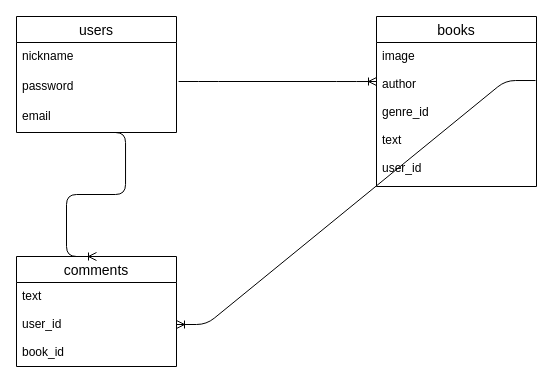
Above: books-log.dio in ysk178/books-log (draw.io), before the change. Source tidied: cells renumbered, new cells numbered last; positions are measured from the earlier drawing's top-left corner, leaving out a move shared by most shapes. Both pictures are drawn from the tidied source at 100%, with x=0, y=0 at pixel (16, 16).
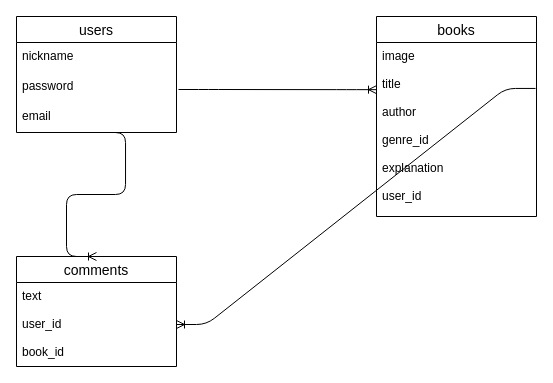
The same diagram, later.

The edit, as a diff of the source:
```diff
@@
 <mxGraphModel>
   <root>
     <mxCell id="0" />
     <mxCell id="1" parent="0" />
     <mxCell id="2" value="users" style="swimlane;fontStyle=0;horizontal=1;startSize=26;align=center;fontSize=14;" parent="1" vertex="1">
       <mxGeometry width="160" height="116" as="geometry" />
     </mxCell>
     <mxCell id="3" value="nickname" style="text;strokeColor=none;fillColor=none;spacingLeft=4;spacingRight=4;overflow=hidden;fontSize=12;" parent="2" vertex="1">
       <mxGeometry y="26" width="160" height="30" as="geometry" />
     </mxCell>
     <mxCell id="4" value="password" style="text;strokeColor=none;fillColor=none;spacingLeft=4;spacingRight=4;overflow=hidden;points=[[0,0.5],[1,0.5]];portConstraint=eastwest;fontSize=12;" parent="2" vertex="1">
       <mxGeometry y="56" width="160" height="30" as="geometry" />
     </mxCell>
     <mxCell id="5" value="email" style="text;strokeColor=none;fillColor=none;spacingLeft=4;spacingRight=4;overflow=hidden;points=[[0,0.5],[1,0.5]];portConstraint=eastwest;fontSize=12;" parent="2" vertex="1">
       <mxGeometry y="86" width="160" height="30" as="geometry" />
     </mxCell>
     <mxCell id="6" value="books" style="swimlane;fontStyle=0;horizontal=1;startSize=26;align=center;fontSize=14;" parent="1" vertex="1">
-      <mxGeometry x="360" width="160" height="170" as="geometry" />
+      <mxGeometry x="360" width="160" height="200" as="geometry" />
     </mxCell>
-    <mxCell id="7" value="image&#10;&#10;author&#10;&#10;genre_id&#10;&#10;text&#10;&#10;user_id" style="text;strokeColor=none;fillColor=none;spacingLeft=4;spacingRight=4;overflow=hidden;points=[[0,0.5],[1,0.5]];portConstraint=eastwest;fontSize=12;" parent="6" vertex="1">
-      <mxGeometry y="26" width="160" height="144" as="geometry" />
+    <mxCell id="7" value="image&#10;&#10;title&#10;&#10;author&#10;&#10;genre_id&#10;&#10;explanation&#10;&#10;user_id" style="text;strokeColor=none;fillColor=none;spacingLeft=4;spacingRight=4;overflow=hidden;points=[[0,0.5],[1,0.5]];portConstraint=eastwest;fontSize=12;" parent="6" vertex="1">
+      <mxGeometry y="26" width="160" height="174" as="geometry" />
     </mxCell>
     <mxCell id="8" value="comments" style="swimlane;fontStyle=0;horizontal=1;startSize=26;align=center;fontSize=14;" parent="1" vertex="1">
       <mxGeometry y="240" width="160" height="110" as="geometry" />
     </mxCell>
     <mxCell id="9" value="text&#10;&#10;user_id&#10;&#10;book_id" style="text;strokeColor=none;fillColor=none;spacingLeft=4;spacingRight=4;overflow=hidden;points=[[0,0.5],[1,0.5]];portConstraint=eastwest;fontSize=12;" parent="8" vertex="1">
       <mxGeometry y="26" width="160" height="84" as="geometry" />
     </mxCell>
-    <mxCell id="10" style="edgeStyle=entityRelationEdgeStyle;fontSize=12;html=1;endArrow=ERoneToMany;exitX=1.013;exitY=0.3;exitDx=0;exitDy=0;exitPerimeter=0;entryX=0;entryY=0.271;entryDx=0;entryDy=0;entryPerimeter=0;" parent="1" edge="1" source="4" target="7">
-      <mxGeometry relative="1" as="geometry" />
+    <mxCell id="10" style="edgeStyle=entityRelationEdgeStyle;fontSize=12;html=1;endArrow=ERoneToMany;entryX=0;entryY=0.271;entryDx=0;entryDy=0;entryPerimeter=0;" parent="1" edge="1" target="7">
+      <mxGeometry relative="1" as="geometry">
+        <mxPoint x="162" y="73" as="sourcePoint" />
+      </mxGeometry>
     </mxCell>
     <mxCell id="11" style="edgeStyle=entityRelationEdgeStyle;fontSize=12;html=1;endArrow=ERoneToMany;exitX=0.494;exitY=1;exitDx=0;exitDy=0;exitPerimeter=0;" parent="1" edge="1" source="5">
       <mxGeometry relative="1" as="geometry">
         <mxPoint x="80" y="240" as="targetPoint" />
       </mxGeometry>
     </mxCell>
     <mxCell id="12" style="edgeStyle=entityRelationEdgeStyle;fontSize=12;html=1;endArrow=ERoneToMany;exitX=0.994;exitY=0.264;exitDx=0;exitDy=0;exitPerimeter=0;" parent="1" edge="1" source="7" target="9">
       <mxGeometry relative="1" as="geometry" />
     </mxCell>
   </root>
 </mxGraphModel>
```
